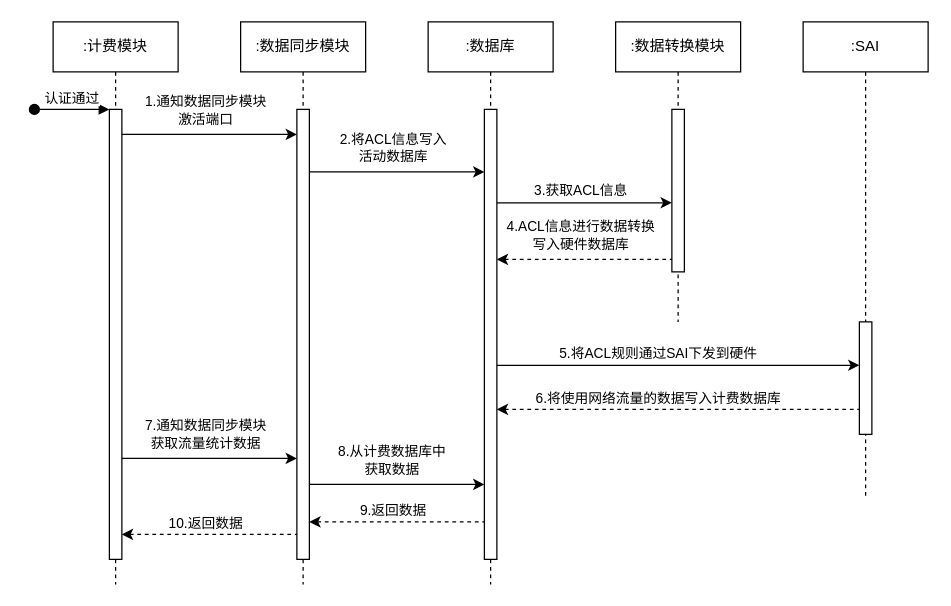
Before: 流量计费的时序图.drawio in PATORITU/PATORITU, a draw.io diagram. Source tidied: cells renumbered, new cells numbered last; positions are measured from the earlier drawing's top-left corner, leaving out a move shared by most shapes. Both pictures are drawn from the tidied source at 125%, with x=0, y=0 at pixel (34, 21).
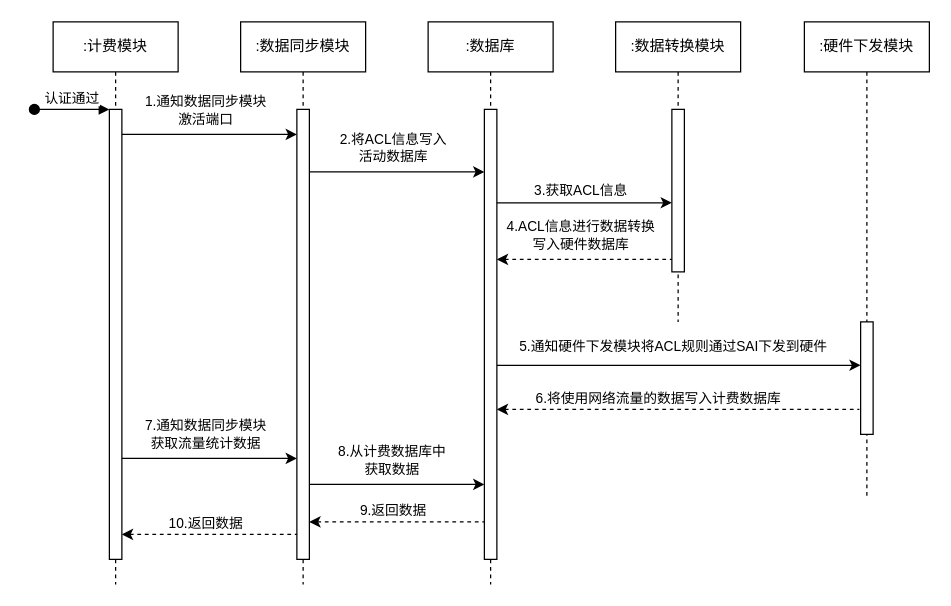
Above is the later version.

Commit message:
更新流量计费的时序图.drawio

The change refers to these unchanged cells:
```xml
<mxCell id="21" style="endArrow=classic;html=1;rounded=0;" parent="1" edge="1" target="12">
  <mxGeometry relative="1" as="geometry">
    <mxPoint x="370" y="274.7" as="sourcePoint" />
  </mxGeometry>
</mxCell>
```

What changed in the source:
```diff
@@
-    <mxCell id="11" value=":SAI" style="shape=umlLifeline;perimeter=lifelinePerimeter;whiteSpace=wrap;html=1;newEdgeStyle={&quot;edgeStyle&quot;:&quot;elbowEdgeStyle&quot;,&quot;elbow&quot;:&quot;vertical&quot;,&quot;curved&quot;:0,&quot;rounded&quot;:0};" parent="1" vertex="1">
-      <mxGeometry x="615" width="100" height="380" as="geometry" />
+    <mxCell id="11" value=":硬件下发模块" style="shape=umlLifeline;perimeter=lifelinePerimeter;whiteSpace=wrap;html=1;newEdgeStyle={&quot;edgeStyle&quot;:&quot;elbowEdgeStyle&quot;,&quot;elbow&quot;:&quot;vertical&quot;,&quot;curved&quot;:0,&quot;rounded&quot;:0};" parent="1" vertex="1">
+      <mxGeometry x="616" width="100" height="380" as="geometry" />
     </mxCell>
@@
-    <mxCell id="22" value="5.将ACL规则通过SAI下发到硬件" style="edgeLabel;html=1;align=center;verticalAlign=middle;" parent="21" vertex="1">
+    <mxCell id="22" value="5.通知硬件下发模块将ACL规则通过SAI下发到硬件" style="edgeLabel;html=1;align=center;verticalAlign=middle;" parent="21" vertex="1">
       <mxGeometry x="-0.15" relative="1" as="geometry">
-        <mxPoint x="5" y="-10" as="offset" />
+        <mxPoint x="16" y="-15" as="offset" />
       </mxGeometry>
     </mxCell>
```
